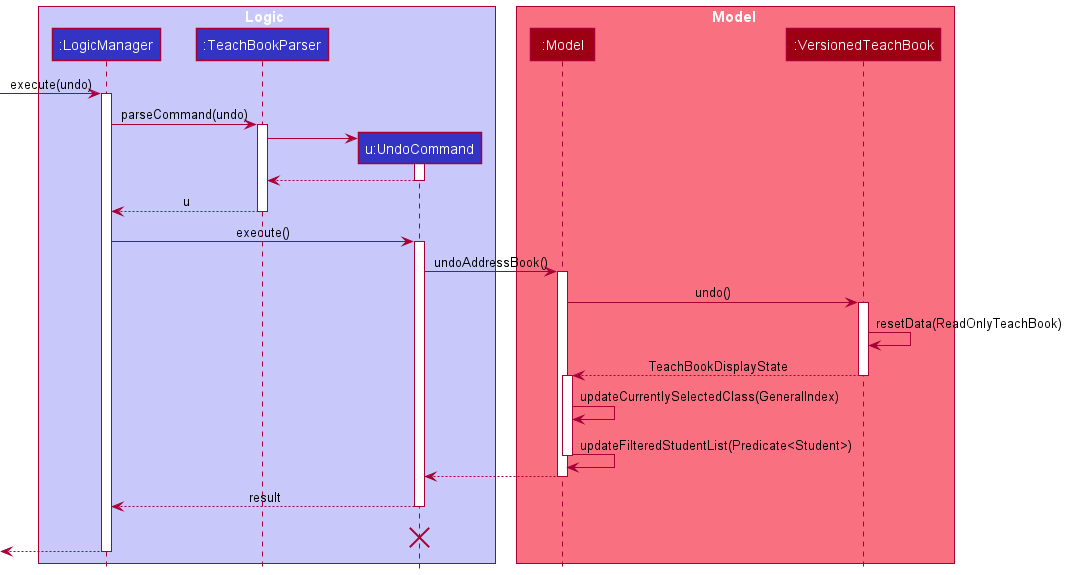
The PlantUML diagram docs/images/UndoSequenceDiagram.png in yulonglim/tp, before a commit.
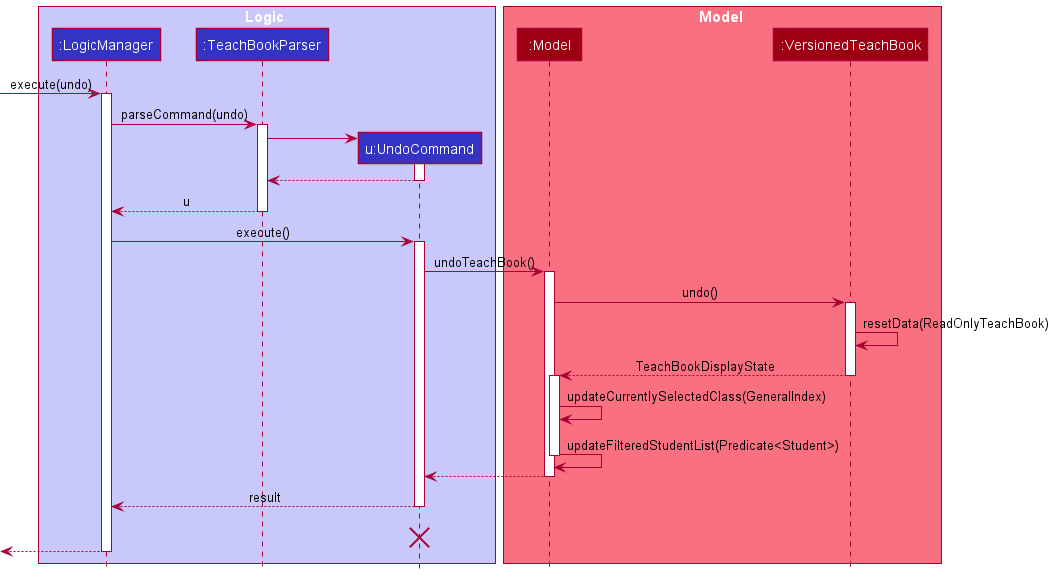
The same diagram one commit later.

What changed in the source:
```diff
@@ -30,7 +30,7 @@
 LogicManager -> UndoCommand : execute()
 activate UndoCommand
 
-UndoCommand -> Model : undoAddressBook()
+UndoCommand -> Model : undoTeachBook()
 activate Model
 
 Model -> VersionedTeachBook : undo()
```
